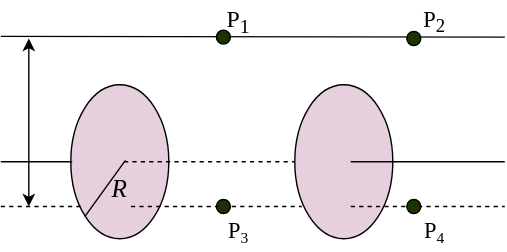
Above: assets/QC0018.svg in testseriesmodifier-glitch/my-images (draw.io), before the change. Source tidied: cells renumbered, new cells last; positions are measured from the earlier drawing's top-left corner, leaving out a move shared by most shapes.
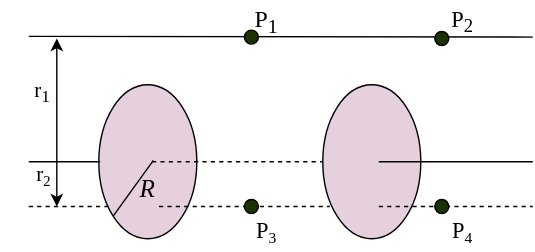
The same file after the commit.

The edit, as a diff of the source:
```diff
@@ -88,5 +88,11 @@
     <mxCell id="21" style="ellipse;whiteSpace=wrap;html=1;fillColor=#1A3300;" parent="1" vertex="1">
       <mxGeometry x="290" y="142" width="10" height="10" as="geometry" />
     </mxCell>
+    <mxCell id="22" value="&lt;font face=&quot;Times New Roman&quot; style=&quot;font-size: 15px;&quot;&gt;r&lt;sub style=&quot;&quot;&gt;1&lt;/sub&gt;&lt;/font&gt;" style="text;html=1;whiteSpace=wrap;strokeColor=none;fillColor=none;align=center;verticalAlign=middle;rounded=0;" parent="1" vertex="1">
+      <mxGeometry x="-20" y="50" width="60" height="30" as="geometry" />
+    </mxCell>
+    <mxCell id="23" value="&lt;font face=&quot;Times New Roman&quot; style=&quot;font-size: 15px;&quot;&gt;r&lt;/font&gt;&lt;font face=&quot;Times New Roman&quot; style=&quot;font-size: 12.5px;&quot;&gt;&lt;sub&gt;2&lt;/sub&gt;&lt;/font&gt;" style="text;html=1;whiteSpace=wrap;strokeColor=none;fillColor=none;align=center;verticalAlign=middle;rounded=0;" parent="1" vertex="1">
+      <mxGeometry x="-19" y="110" width="60" height="30" as="geometry" />
+    </mxCell>
   </root>
 </mxGraphModel>
```
